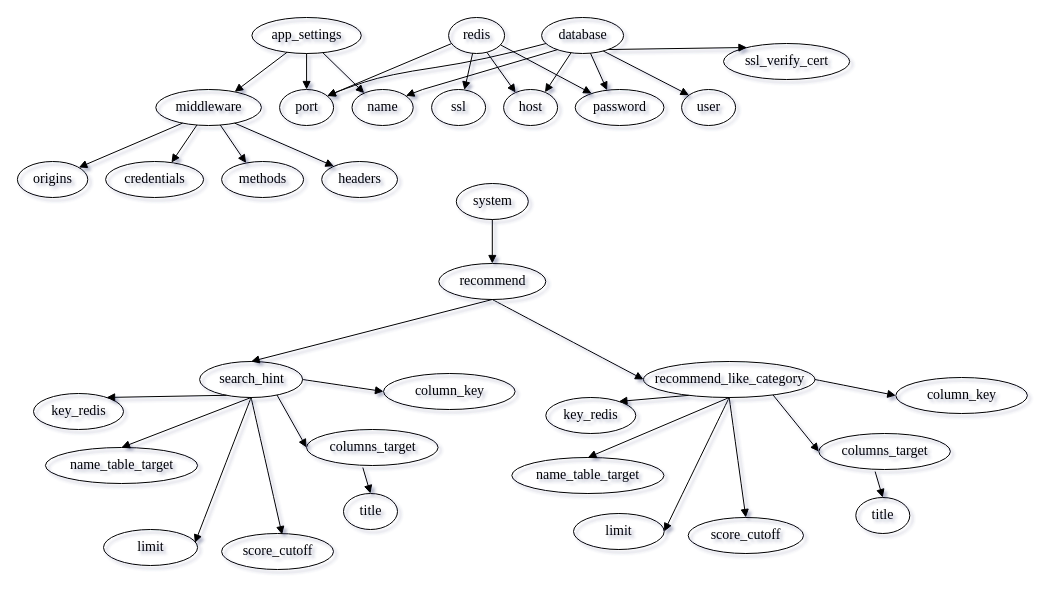
Above: Diagrams/data_structure/Sơ đồ DataStructure cấu hình hệ thống API.drawio in VennDev/EC-Recommend-System-Old (draw.io), before the change. Source tidied: cells renumbered, new cells numbered last; positions are measured from the earlier drawing's top-left corner, leaving out a move shared by most shapes. Both pictures are drawn from the tidied source at 100%, with x=0, y=0 at pixel (17, 17).
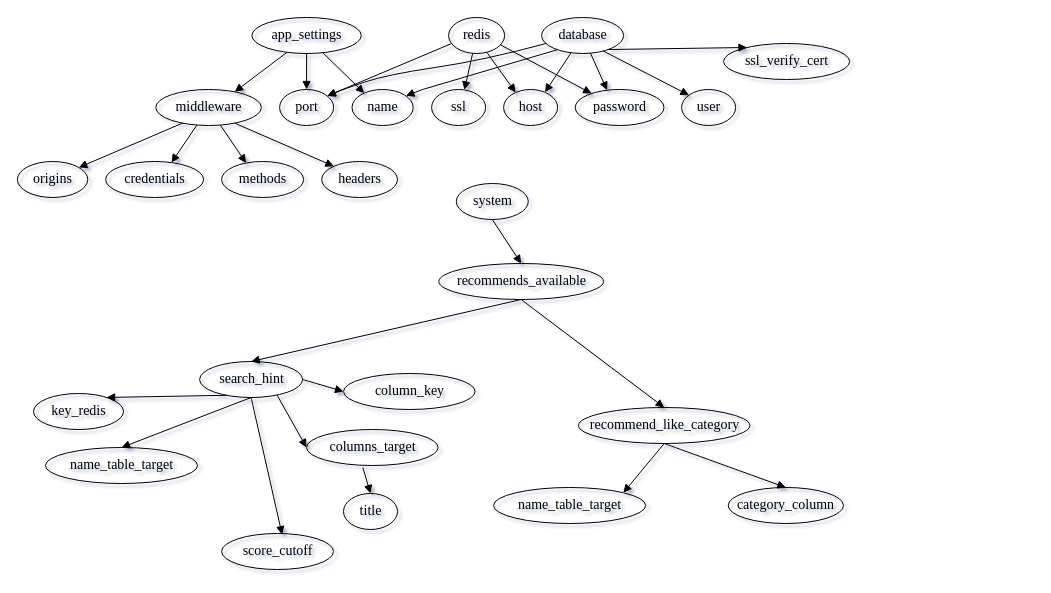
The same page after the edit.

Unchanged cells that the change refers to:
```xml
<mxCell id="23" value="&lt;font style='font-size: 14.0px;' face='Times New Roman,serif' color='#000000'&gt;search_hint&lt;/font&gt;" style="ellipse;verticalAlign=middle;html=1;rounded=0;labelBackgroundColor=none;strokeColor=black;fillColor=none;strokeWidth=1;dashed=0;" parent="1" vertex="1">
  <mxGeometry x="182.1" y="344" width="103" height="36" as="geometry" />
</mxCell>
```

The edit, as a diff of the source:
```diff
@@
-    <mxCell id="18" style="edgeStyle=none;curved=1;rounded=0;jettySize=auto;html=1;exitX=0.5;exitY=1;exitDx=0;exitDy=0;entryX=0;entryY=0.5;entryDx=0;entryDy=0;strokeWidth=1;endArrow=block;endFill=1;startSize=6;endSize=6;sourcePerimeterSpacing=8;targetPerimeterSpacing=8;" parent="1" edge="1" source="19" target="64">
+    <mxCell id="18" style="edgeStyle=none;curved=1;rounded=0;jettySize=auto;html=1;exitX=0.5;exitY=1;exitDx=0;exitDy=0;entryX=0.5;entryY=0;entryDx=0;entryDy=0;strokeWidth=1;endArrow=block;endFill=1;startSize=6;endSize=6;sourcePerimeterSpacing=8;targetPerimeterSpacing=8;" parent="1" edge="1" source="19" target="64">
       <mxGeometry relative="1" as="geometry" />
     </mxCell>
-    <mxCell id="19" value="&lt;font style='font-size: 14.0px;' face='Times New Roman,serif' color='#000000'&gt;recommend&lt;/font&gt;" style="ellipse;verticalAlign=middle;html=1;rounded=0;labelBackgroundColor=none;strokeColor=black;fillColor=none;strokeWidth=1;dashed=0;" parent="1" vertex="1">
-      <mxGeometry x="421.3" y="246" width="107" height="36" as="geometry" />
+    <mxCell id="19" value="&lt;font style=&quot;font-size: 14.0px;&quot; face=&quot;Times New Roman,serif&quot; color=&quot;#000000&quot;&gt;recommends_available&lt;/font&gt;" style="ellipse;verticalAlign=middle;html=1;rounded=0;labelBackgroundColor=none;strokeColor=black;fillColor=none;strokeWidth=1;dashed=0;" parent="1" vertex="1">
+      <mxGeometry x="421.3" y="246" width="164.7" height="36" as="geometry" />
     </mxCell>
@@
-    <mxCell id="22" style="edgeStyle=none;curved=1;rounded=0;jettySize=auto;html=1;exitX=0.5;exitY=1;exitDx=0;exitDy=0;entryX=0.971;entryY=0.373;entryDx=0;entryDy=0;entryPerimeter=0;strokeWidth=1;endArrow=block;endFill=1;startSize=6;endSize=6;sourcePerimeterSpacing=8;targetPerimeterSpacing=8;" parent="1" edge="1" source="23" target="65">
-      <mxGeometry relative="1" as="geometry" />
-    </mxCell>
@@
     <mxCell id="51" value="&lt;font style=&quot;font-size: 14.0px;&quot; face=&quot;Times New Roman,serif&quot; color=&quot;#000000&quot;&gt;column_key&lt;/font&gt;" style="ellipse;verticalAlign=middle;html=1;rounded=0;labelBackgroundColor=none;strokeColor=black;fillColor=none;strokeWidth=1;dashed=0;" parent="1" vertex="1">
-      <mxGeometry x="366" y="356" width="131.6" height="36" as="geometry" />
+      <mxGeometry x="326" y="356" width="131.6" height="36" as="geometry" />
     </mxCell>
-    <mxCell id="52" style="edgeStyle=none;curved=1;rounded=0;jettySize=auto;html=1;exitX=1;exitY=0.5;exitDx=0;exitDy=0;entryX=0;entryY=0.5;entryDx=0;entryDy=0;endArrow=block;startSize=6;endSize=6;sourcePerimeterSpacing=8;targetPerimeterSpacing=8;endFill=1;strokeWidth=1;" parent="1" edge="1" source="64" target="61">
-      <mxGeometry relative="1" as="geometry" />
-    </mxCell>
-    <mxCell id="53" value="&lt;font style='font-size: 14.0px;' face='Times New Roman,serif' color='#000000'&gt;key_redis&lt;/font&gt;" style="ellipse;verticalAlign=middle;html=1;rounded=0;labelBackgroundColor=none;strokeColor=black;fillColor=none;strokeWidth=1;dashed=0;" parent="1" vertex="1">
-      <mxGeometry x="528.3" y="380" width="90" height="36" as="geometry" />
-    </mxCell>
     <mxCell id="54" value="&lt;font style='font-size: 14.0px;' face='Times New Roman,serif' color='#000000'&gt;name_table_target&lt;/font&gt;" style="ellipse;verticalAlign=middle;html=1;rounded=0;labelBackgroundColor=none;strokeColor=black;fillColor=none;strokeWidth=1;dashed=0;" parent="1" vertex="1">
-      <mxGeometry x="494.3" y="440" width="152.2" height="36" as="geometry" />
+      <mxGeometry x="476" y="470" width="152.2" height="36" as="geometry" />
     </mxCell>
-    <mxCell id="55" value="&lt;font style='font-size: 14.0px;' face='Times New Roman,serif' color='#000000'&gt;columns_target&lt;/font&gt;" style="ellipse;verticalAlign=middle;html=1;rounded=0;labelBackgroundColor=none;strokeColor=black;fillColor=none;strokeWidth=1;dashed=0;" parent="1" vertex="1">
-      <mxGeometry x="801.3" y="416" width="131.6" height="36" as="geometry" />
-    </mxCell>
-    <mxCell id="56" value="&lt;font style='font-size: 14.0px;' face='Times New Roman,serif' color='#000000'&gt;title&lt;/font&gt;" style="ellipse;verticalAlign=middle;html=1;rounded=0;labelBackgroundColor=none;strokeColor=black;fillColor=none;strokeWidth=1;dashed=0;" parent="1" vertex="1">
-      <mxGeometry x="838.3" y="480" width="54" height="36" as="geometry" />
-    </mxCell>
-    <mxCell id="57" style="html=1;endArrow=block;dashed=0;endFill=1;startArrow=none;startFill=0;fillColor=black;strokeColor=black;strokeWidth=1;rounded=0;exitX=0.2269;exitY=1.0000;entryX=0.9039;entryY=0.0000;" parent="1" edge="1" source="64" target="53">
-      <mxGeometry relative="1" as="geometry" />
-    </mxCell>
-    <mxCell id="58" style="html=1;endArrow=block;dashed=0;endFill=1;startArrow=none;startFill=0;fillColor=black;strokeColor=black;strokeWidth=1;rounded=0;exitX=0.5000;exitY=1.0000;entryX=0.5000;entryY=0.0000;" parent="1" edge="1" source="64" target="54">
+    <mxCell id="58" style="html=1;endArrow=block;dashed=0;endFill=1;startArrow=none;startFill=0;fillColor=black;strokeColor=black;strokeWidth=1;rounded=0;exitX=0.5000;exitY=1.0000;entryX=1;entryY=0;entryDx=0;entryDy=0;" parent="1" edge="1" source="64" target="54">
       <mxGeometry relative="1" as="geometry" />
     </mxCell>
-    <mxCell id="59" style="html=1;endArrow=block;dashed=0;endFill=1;startArrow=none;startFill=0;fillColor=black;strokeColor=black;strokeWidth=1;rounded=0;exitX=0.7995;exitY=1.0000;entryX=0;entryY=0.5;entryDx=0;entryDy=0;" parent="1" edge="1" source="64" target="55">
-      <mxGeometry relative="1" as="geometry" />
-    </mxCell>
-    <mxCell id="60" style="html=1;endArrow=block;dashed=0;endFill=1;startArrow=none;startFill=0;fillColor=black;strokeColor=black;strokeWidth=1;rounded=0;exitX=0.428;exitY=1.056;entryX=0.5000;entryY=0.0000;exitDx=0;exitDy=0;exitPerimeter=0;" parent="1" edge="1" source="55" target="56">
-      <mxGeometry relative="1" as="geometry" />
-    </mxCell>
-    <mxCell id="61" value="&lt;font style=&quot;font-size: 14.0px;&quot; face=&quot;Times New Roman,serif&quot; color=&quot;#000000&quot;&gt;column_key&lt;/font&gt;" style="ellipse;verticalAlign=middle;html=1;rounded=0;labelBackgroundColor=none;strokeColor=black;fillColor=none;strokeWidth=1;dashed=0;" parent="1" vertex="1">
-      <mxGeometry x="878.3" y="360" width="131.6" height="36" as="geometry" />
-    </mxCell>
-    <mxCell id="62" style="edgeStyle=none;curved=1;rounded=0;jettySize=auto;html=1;exitX=0.5;exitY=1;exitDx=0;exitDy=0;entryX=1;entryY=0.5;entryDx=0;entryDy=0;strokeWidth=1;endArrow=block;endFill=1;startSize=6;endSize=6;sourcePerimeterSpacing=8;targetPerimeterSpacing=8;" parent="1" edge="1" source="64" target="67">
-      <mxGeometry relative="1" as="geometry" />
-    </mxCell>
@@
     <mxCell id="64" value="&lt;font style=&quot;font-size: 14.0px;&quot; face=&quot;Times New Roman,serif&quot; color=&quot;#000000&quot;&gt;recommend_like_category&lt;/font&gt;" style="ellipse;verticalAlign=middle;html=1;rounded=0;labelBackgroundColor=none;strokeColor=black;fillColor=none;strokeWidth=1;dashed=0;" parent="1" vertex="1">
-      <mxGeometry x="626" y="344" width="171.4" height="36" as="geometry" />
+      <mxGeometry x="561" y="390" width="171.4" height="36" as="geometry" />
     </mxCell>
-    <mxCell id="65" value="&lt;font style=&quot;font-size: 14.0px;&quot; face=&quot;Times New Roman,serif&quot; color=&quot;#000000&quot;&gt;limit&lt;/font&gt;" style="ellipse;verticalAlign=middle;html=1;rounded=0;labelBackgroundColor=none;strokeColor=black;fillColor=none;strokeWidth=1;dashed=0;" parent="1" vertex="1">
-      <mxGeometry x="86" y="512" width="94.1" height="36" as="geometry" />
-    </mxCell>
@@
-    <mxCell id="67" value="&lt;font style=&quot;font-size: 14.0px;&quot; face=&quot;Times New Roman,serif&quot; color=&quot;#000000&quot;&gt;limit&lt;/font&gt;" style="ellipse;verticalAlign=middle;html=1;rounded=0;labelBackgroundColor=none;strokeColor=black;fillColor=none;strokeWidth=1;dashed=0;" parent="1" vertex="1">
-      <mxGeometry x="556" y="496" width="90.7" height="36" as="geometry" />
-    </mxCell>
-    <mxCell id="68" value="&lt;font style=&quot;font-size: 14.0px;&quot; face=&quot;Times New Roman,serif&quot; color=&quot;#000000&quot;&gt;score_cutoff&lt;/font&gt;" style="ellipse;verticalAlign=middle;html=1;rounded=0;labelBackgroundColor=none;strokeColor=black;fillColor=none;strokeWidth=1;dashed=0;" parent="1" vertex="1">
-      <mxGeometry x="670.7" y="500" width="115.3" height="36" as="geometry" />
+    <mxCell id="68" value="&lt;font style=&quot;font-size: 14.0px;&quot; face=&quot;Times New Roman,serif&quot; color=&quot;#000000&quot;&gt;category_column&lt;/font&gt;" style="ellipse;verticalAlign=middle;html=1;rounded=0;labelBackgroundColor=none;strokeColor=black;fillColor=none;strokeWidth=1;dashed=0;" parent="1" vertex="1">
+      <mxGeometry x="710.7" y="470" width="115.3" height="36" as="geometry" />
     </mxCell>
```
